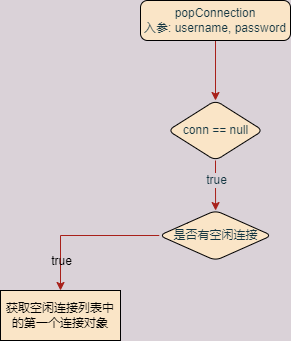
Above: wzz-mybatis/PooledDataSource_popConnection.drawio.png in wsxzei/markdown-photos (draw.io), before the change. Source tidied: cells renumbered, new cells last; positions are measured from the earlier drawing's top-left corner, leaving out a move shared by most shapes.
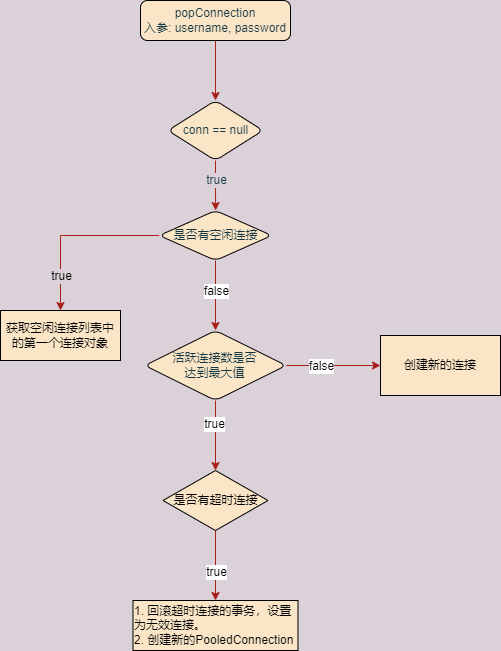
The same diagram one commit later.

What changed in the source:
```diff
@@ -22,16 +22,56 @@
     <mxCell id="7" style="edgeStyle=orthogonalEdgeStyle;rounded=0;jettySize=auto;html=1;exitX=0;exitY=0.5;exitDx=0;exitDy=0;entryX=0.5;entryY=0;entryDx=0;entryDy=0;fontColor=default;strokeColor=#A8201A;fillColor=#FAE5C7;" parent="1" edge="1" source="9" target="10">
       <mxGeometry relative="1" as="geometry" />
     </mxCell>
-    <mxCell id="8" value="true" style="edgeLabel;html=1;align=center;verticalAlign=middle;fontColor=default;labelBackgroundColor=none;" parent="7" vertex="1">
-      <mxGeometry x="0.76" relative="1" as="geometry">
-        <mxPoint y="-11" as="offset" />
-      </mxGeometry>
-    </mxCell>
+    <mxCell id="11" value="true" style="edgeLabel;html=1;align=center;verticalAlign=middle;fontColor=#000000;labelBackgroundColor=#DAD2D8;" parent="7" vertex="1">
+      <mxGeometry x="0.46" y="3" relative="1" as="geometry">
+        <mxPoint x="-3" y="12" as="offset" />
+      </mxGeometry>
+    </mxCell>
+    <mxCell id="12" style="edgeStyle=orthogonalEdgeStyle;rounded=0;jettySize=auto;html=1;fontColor=#000000;strokeColor=#A8201A;fillColor=#FAE5C7;" parent="1" edge="1" source="9" target="18">
+      <mxGeometry relative="1" as="geometry" />
+    </mxCell>
+    <mxCell id="13" value="false" style="edgeLabel;html=1;align=center;verticalAlign=middle;fontColor=#000000;" parent="12" vertex="1">
+      <mxGeometry x="0.24" y="1" relative="1" as="geometry">
+        <mxPoint x="-1" y="-13" as="offset" />
+      </mxGeometry>
+    </mxCell>
     <mxCell id="9" value="是否有空闲连接" style="rhombus;whiteSpace=wrap;html=1;fillColor=#FAE5C7;fontColor=#143642;rounded=1;arcSize=14;strokeWidth=1;" parent="1" vertex="1">
       <mxGeometry x="158.8" y="210" width="112.5" height="50" as="geometry" />
     </mxCell>
     <mxCell id="10" value="获取空闲连接列表中的第一个连接对象" style="rounded=0;whiteSpace=wrap;html=1;shadow=0;labelBackgroundColor=none;fontColor=default;strokeColor=default;strokeWidth=1;fillColor=#FAE5C7;" parent="1" vertex="1">
-      <mxGeometry y="290" width="120" height="50" as="geometry" />
+      <mxGeometry y="310" width="120" height="50" as="geometry" />
     </mxCell>
+    <mxCell id="14" style="edgeStyle=orthogonalEdgeStyle;rounded=0;jettySize=auto;html=1;exitX=1;exitY=0.5;exitDx=0;exitDy=0;fontColor=#000000;strokeColor=#A8201A;fillColor=#FAE5C7;" parent="1" edge="1" source="18" target="19">
+      <mxGeometry relative="1" as="geometry" />
+    </mxCell>
+    <mxCell id="15" value="false" style="edgeLabel;html=1;align=center;verticalAlign=middle;fontColor=#000000;" parent="14" vertex="1">
+      <mxGeometry x="-0.25" y="2" relative="1" as="geometry">
+        <mxPoint y="2" as="offset" />
+      </mxGeometry>
+    </mxCell>
+    <mxCell id="16" style="edgeStyle=orthogonalEdgeStyle;rounded=0;jettySize=auto;html=1;exitX=0.5;exitY=1;exitDx=0;exitDy=0;fontColor=#000000;strokeColor=#A8201A;fillColor=#FAE5C7;entryX=0.5;entryY=0;entryDx=0;entryDy=0;entryPerimeter=0;" parent="1" edge="1" source="18" target="22">
+      <mxGeometry relative="1" as="geometry" />
+    </mxCell>
+    <mxCell id="17" value="true" style="edgeLabel;html=1;align=center;verticalAlign=middle;fontColor=#000000;" parent="16" vertex="1">
+      <mxGeometry x="-0.34" y="-1" relative="1" as="geometry" />
+    </mxCell>
+    <mxCell id="18" value="活跃连接数是否&lt;br&gt;达到最大值" style="rhombus;whiteSpace=wrap;html=1;fillColor=#FAE5C7;fontColor=#143642;rounded=1;arcSize=14;strokeWidth=1;" parent="1" vertex="1">
+      <mxGeometry x="144.4" y="330" width="141.2" height="70" as="geometry" />
+    </mxCell>
+    <mxCell id="19" value="&lt;span style=&quot;&quot;&gt;创建新的连接&lt;/span&gt;" style="rounded=0;whiteSpace=wrap;html=1;shadow=0;labelBackgroundColor=none;fontColor=#000000;strokeColor=default;strokeWidth=1;fillColor=#FAE5C7;" parent="1" vertex="1">
+      <mxGeometry x="380" y="335" width="120" height="60" as="geometry" />
+    </mxCell>
+    <mxCell id="20" style="edgeStyle=orthogonalEdgeStyle;rounded=0;jettySize=auto;html=1;fontColor=#000000;strokeColor=#A8201A;fillColor=#FAE5C7;" parent="1" edge="1" source="22" target="23">
+      <mxGeometry relative="1" as="geometry" />
+    </mxCell>
+    <mxCell id="21" value="true" style="edgeLabel;html=1;align=center;verticalAlign=middle;fontColor=#000000;" parent="20" vertex="1">
+      <mxGeometry x="0.18" relative="1" as="geometry" />
+    </mxCell>
+    <mxCell id="22" value="是否有超时连接" style="strokeWidth=1;html=1;shape=mxgraph.flowchart.decision;whiteSpace=wrap;shadow=0;labelBackgroundColor=none;fontColor=#000000;fillColor=#FAE5C7;" parent="1" vertex="1">
+      <mxGeometry x="162.5" y="470" width="105" height="60" as="geometry" />
+    </mxCell>
+    <mxCell id="23" value="1. 回滚超时连接的事务，设置为无效连接。&lt;br&gt;2. 创建新的PooledConnection" style="whiteSpace=wrap;html=1;fillColor=#FAE5C7;fontColor=#000000;strokeWidth=1;shadow=0;labelBackgroundColor=none;align=left;" parent="1" vertex="1">
+      <mxGeometry x="132.5" y="600" width="165" height="50" as="geometry" />
+    </mxCell>
   </root>
 </mxGraphModel>
```
